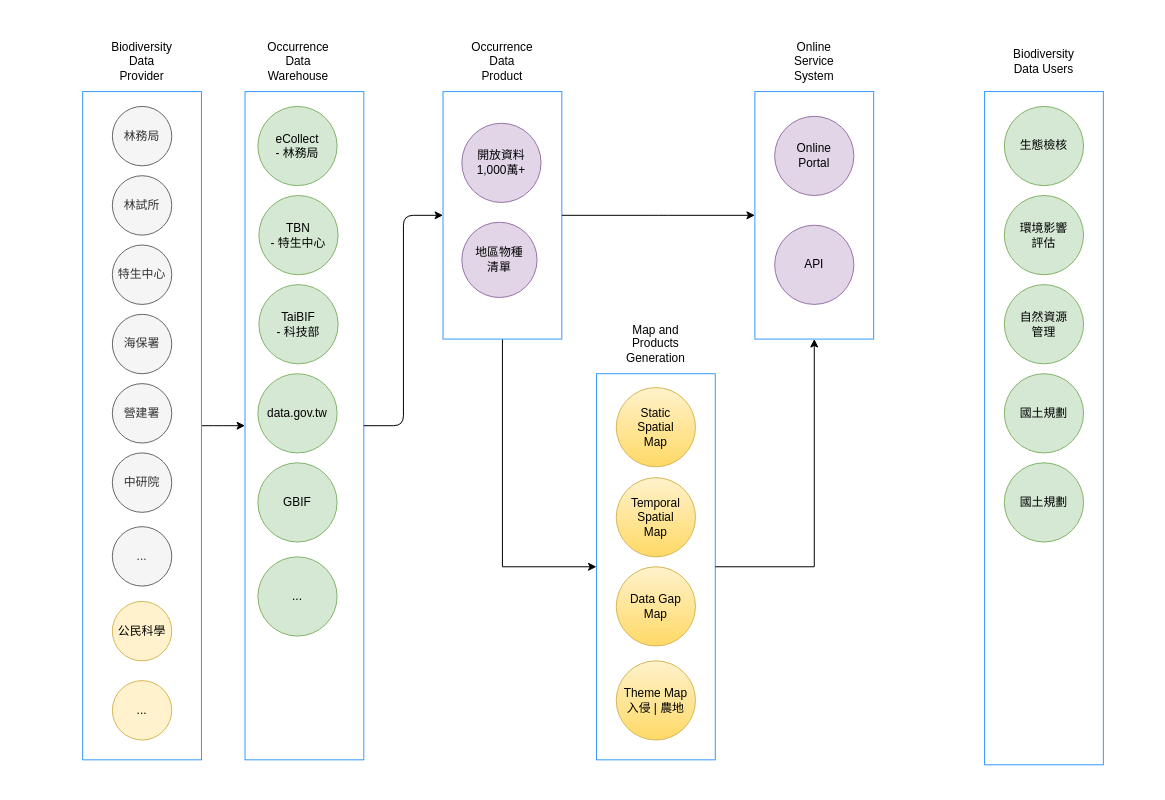
imaptwlife/datasource keeps this draw.io diagram as Untitled Diagram.drawio. Above is the earlier version. Source tidied: cells renumbered, new cells numbered last; positions are measured from the earlier drawing's top-left corner, leaving out a move shared by most shapes. Both pictures are drawn from the tidied source at 99%, with x=0, y=0 at pixel (82, 51).
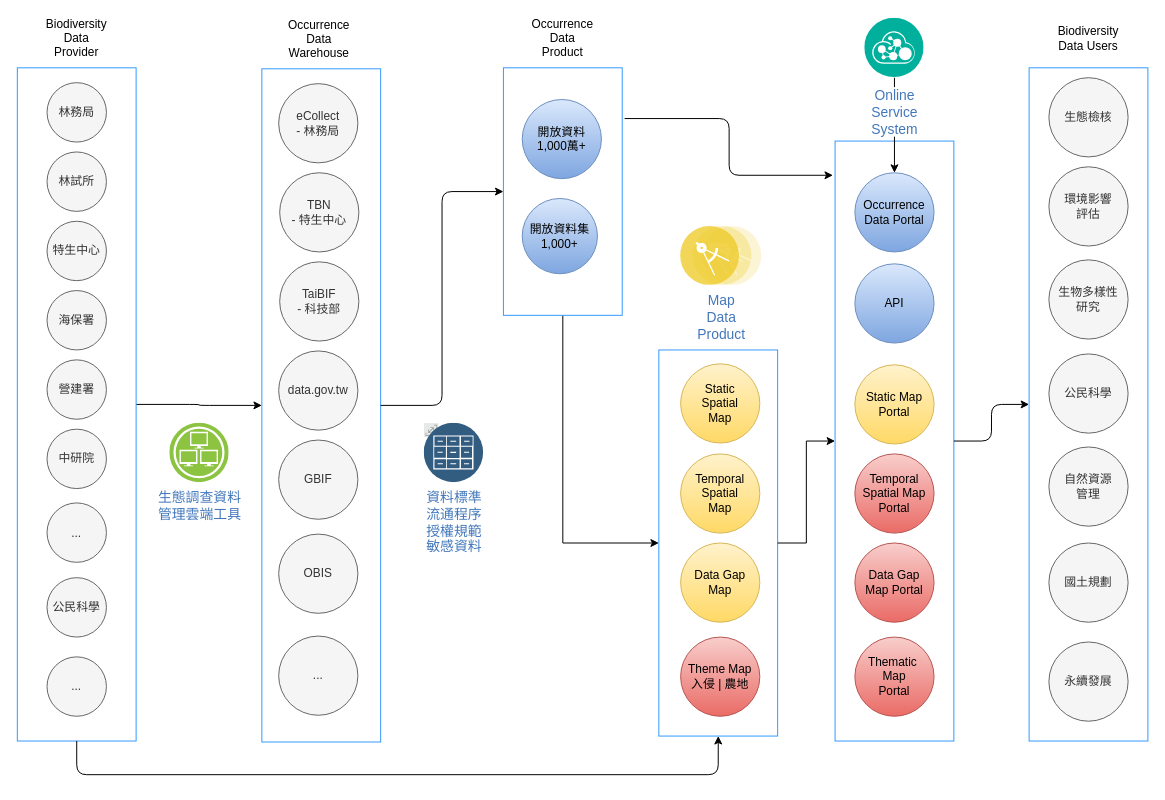
Above is the later version.

What changed in the source:
```diff
@@
+    <mxCell id="48" style="rounded=0;whiteSpace=wrap;html=1;strokeColor=#3399FF;" parent="1" vertex="1">
+      <mxGeometry x="956" y="16" width="120" height="680" as="geometry" />
+    </mxCell>
@@
     <mxCell id="3" style="rounded=0;whiteSpace=wrap;html=1;strokeColor=#3399FF;" parent="1" vertex="1">
-      <mxGeometry x="164" y="40" width="120" height="675" as="geometry" />
+      <mxGeometry x="181" y="17" width="120" height="680" as="geometry" />
     </mxCell>
     <mxCell id="4" value="Occurrence Data Warehouse" style="text;html=1;strokeColor=none;fillColor=none;align=center;verticalAlign=middle;whiteSpace=wrap;rounded=0;" parent="1" vertex="1">
-      <mxGeometry x="198" width="40" height="20" as="geometry" />
+      <mxGeometry x="219" y="-23" width="40" height="20" as="geometry" />
     </mxCell>
-    <mxCell id="5" value="eCollect&lt;br&gt;- 林務局" style="ellipse;whiteSpace=wrap;html=1;fillColor=#d5e8d4;strokeColor=#82b366;" parent="1" vertex="1">
-      <mxGeometry x="177" y="55" width="80" height="80" as="geometry" />
+    <mxCell id="5" value="eCollect&lt;br&gt;- 林務局" style="ellipse;whiteSpace=wrap;html=1;fillColor=#f5f5f5;strokeColor=#666666;fontColor=#333333;" parent="1" vertex="1">
+      <mxGeometry x="198" y="32" width="80" height="80" as="geometry" />
     </mxCell>
-    <mxCell id="6" value="TBN&lt;br&gt;- 特生中心" style="ellipse;whiteSpace=wrap;html=1;fillColor=#d5e8d4;strokeColor=#82b366;" parent="1" vertex="1">
-      <mxGeometry x="178" y="145" width="80" height="80" as="geometry" />
+    <mxCell id="6" value="TBN&lt;br&gt;- 特生中心" style="ellipse;whiteSpace=wrap;html=1;fillColor=#f5f5f5;strokeColor=#666666;fontColor=#333333;" parent="1" vertex="1">
+      <mxGeometry x="199" y="122" width="80" height="80" as="geometry" />
     </mxCell>
-    <mxCell id="7" value="data.gov.tw" style="ellipse;whiteSpace=wrap;html=1;fillColor=#d5e8d4;strokeColor=#82b366;" parent="1" vertex="1">
-      <mxGeometry x="177" y="325" width="80" height="80" as="geometry" />
+    <mxCell id="7" value="data.gov.tw" style="ellipse;whiteSpace=wrap;html=1;fillColor=#f5f5f5;strokeColor=#666666;fontColor=#333333;" parent="1" vertex="1">
+      <mxGeometry x="198" y="302" width="80" height="80" as="geometry" />
     </mxCell>
-    <mxCell id="8" value="TaiBIF&lt;br&gt;- 科技部" style="ellipse;whiteSpace=wrap;html=1;fillColor=#d5e8d4;strokeColor=#82b366;" parent="1" vertex="1">
-      <mxGeometry x="178" y="235" width="80" height="80" as="geometry" />
+    <mxCell id="8" value="TaiBIF&lt;br&gt;- 科技部" style="ellipse;whiteSpace=wrap;html=1;fillColor=#f5f5f5;strokeColor=#666666;fontColor=#333333;" parent="1" vertex="1">
+      <mxGeometry x="199" y="212" width="80" height="80" as="geometry" />
     </mxCell>
-    <mxCell id="9" value="GBIF" style="ellipse;whiteSpace=wrap;html=1;fillColor=#d5e8d4;strokeColor=#82b366;" parent="1" vertex="1">
-      <mxGeometry x="177" y="415" width="80" height="80" as="geometry" />
+    <mxCell id="9" value="GBIF" style="ellipse;whiteSpace=wrap;html=1;fillColor=#f5f5f5;strokeColor=#666666;fontColor=#333333;" parent="1" vertex="1">
+      <mxGeometry x="198" y="392" width="80" height="80" as="geometry" />
     </mxCell>
-    <mxCell id="10" value="..." style="ellipse;whiteSpace=wrap;html=1;fillColor=#d5e8d4;strokeColor=#82b366;" parent="1" vertex="1">
-      <mxGeometry x="177" y="510" width="80" height="80" as="geometry" />
+    <mxCell id="10" value="OBIS" style="ellipse;whiteSpace=wrap;html=1;fillColor=#f5f5f5;strokeColor=#666666;fontColor=#333333;" parent="1" vertex="1">
+      <mxGeometry x="198" y="487" width="80" height="80" as="geometry" />
     </mxCell>
     <mxCell id="11" style="group;" parent="1" vertex="1">
-      <mxGeometry x="534" y="285" width="120" height="430" as="geometry" />
+      <mxGeometry x="599" y="261" width="120" height="430" as="geometry" />
     </mxCell>
     <mxCell id="12" style="rounded=0;whiteSpace=wrap;html=1;strokeColor=#3399FF;" parent="11" vertex="1">
-      <mxGeometry x="-15" y="40" width="120" height="390" as="geometry" />
+      <mxGeometry x="-17" y="40" width="120" height="390" as="geometry" />
     </mxCell>
-    <mxCell id="13" value="Map and Products&lt;br&gt;Generation" style="text;html=1;strokeColor=none;fillColor=none;align=center;verticalAlign=middle;whiteSpace=wrap;rounded=0;" parent="11" vertex="1">
-      <mxGeometry x="25" width="40" height="20" as="geometry" />
-    </mxCell>
@@
-    <mxCell id="15" value="Theme Map&lt;br&gt;入侵 | 農地" style="ellipse;whiteSpace=wrap;html=1;fillColor=#fff2cc;strokeColor=#d6b656;gradientColor=#ffd966;" parent="11" vertex="1">
+    <mxCell id="15" value="Theme Map&lt;br&gt;入侵 | 農地" style="ellipse;whiteSpace=wrap;html=1;fillColor=#f8cecc;strokeColor=#b85450;gradientColor=#ea6b66;" parent="11" vertex="1">
       <mxGeometry x="5" y="330" width="80" height="80" as="geometry" />
     </mxCell>
@@
     <mxCell id="18" style="rounded=0;whiteSpace=wrap;html=1;strokeColor=#3399FF;" parent="1" vertex="1">
-      <mxGeometry y="40" width="120" height="675" as="geometry" />
+      <mxGeometry x="-66" y="16" width="120" height="680" as="geometry" />
     </mxCell>
     <mxCell id="19" value="Biodiversity Data Provider" style="text;html=1;strokeColor=none;fillColor=none;align=center;verticalAlign=middle;whiteSpace=wrap;rounded=0;" parent="1" vertex="1">
-      <mxGeometry x="40" width="40" height="20" as="geometry" />
+      <mxGeometry x="-26" y="-24" width="40" height="20" as="geometry" />
     </mxCell>
     <mxCell id="20" value="林務局" style="ellipse;whiteSpace=wrap;html=1;fillColor=#f5f5f5;strokeColor=#666666;fontColor=#333333;" parent="1" vertex="1">
-      <mxGeometry x="30" y="55" width="60" height="60" as="geometry" />
+      <mxGeometry x="-36" y="31" width="60" height="60" as="geometry" />
     </mxCell>
     <mxCell id="21" value="林試所" style="ellipse;whiteSpace=wrap;html=1;fillColor=#f5f5f5;strokeColor=#666666;fontColor=#333333;" parent="1" vertex="1">
-      <mxGeometry x="30" y="125" width="60" height="60" as="geometry" />
+      <mxGeometry x="-36" y="101" width="60" height="60" as="geometry" />
     </mxCell>
     <mxCell id="22" value="特生中心" style="ellipse;whiteSpace=wrap;html=1;fillColor=#f5f5f5;strokeColor=#666666;fontColor=#333333;" parent="1" vertex="1">
-      <mxGeometry x="30" y="195" width="60" height="60" as="geometry" />
+      <mxGeometry x="-36" y="171" width="60" height="60" as="geometry" />
     </mxCell>
     <mxCell id="23" value="海保署" style="ellipse;whiteSpace=wrap;html=1;fillColor=#f5f5f5;strokeColor=#666666;fontColor=#333333;" parent="1" vertex="1">
-      <mxGeometry x="30" y="265" width="60" height="60" as="geometry" />
+      <mxGeometry x="-36" y="241" width="60" height="60" as="geometry" />
     </mxCell>
     <mxCell id="24" value="營建署" style="ellipse;whiteSpace=wrap;html=1;fillColor=#f5f5f5;strokeColor=#666666;fontColor=#333333;" parent="1" vertex="1">
-      <mxGeometry x="30" y="335" width="60" height="60" as="geometry" />
+      <mxGeometry x="-36" y="311" width="60" height="60" as="geometry" />
     </mxCell>
     <mxCell id="25" value="中研院" style="ellipse;whiteSpace=wrap;html=1;fillColor=#f5f5f5;strokeColor=#666666;fontColor=#333333;" parent="1" vertex="1">
-      <mxGeometry x="30" y="405" width="60" height="60" as="geometry" />
+      <mxGeometry x="-36" y="381" width="60" height="60" as="geometry" />
     </mxCell>
     <mxCell id="26" value="..." style="ellipse;whiteSpace=wrap;html=1;fillColor=#f5f5f5;strokeColor=#666666;fontColor=#333333;" parent="1" vertex="1">
-      <mxGeometry x="30" y="479.5" width="60" height="60" as="geometry" />
+      <mxGeometry x="-36" y="455.5" width="60" height="60" as="geometry" />
     </mxCell>
-    <mxCell id="27" value="公民科學" style="ellipse;whiteSpace=wrap;html=1;fillColor=#fff2cc;strokeColor=#d6b656;" parent="1" vertex="1">
-      <mxGeometry x="30" y="555" width="60" height="60" as="geometry" />
+    <mxCell id="27" value="公民科學" style="ellipse;whiteSpace=wrap;html=1;fillColor=#f5f5f5;strokeColor=#666666;fontColor=#333333;" parent="1" vertex="1">
+      <mxGeometry x="-36" y="531" width="60" height="60" as="geometry" />
     </mxCell>
-    <mxCell id="28" value="..." style="ellipse;whiteSpace=wrap;html=1;fillColor=#fff2cc;strokeColor=#d6b656;" parent="1" vertex="1">
-      <mxGeometry x="30" y="635" width="60" height="60" as="geometry" />
+    <mxCell id="28" value="..." style="ellipse;whiteSpace=wrap;html=1;fillColor=#f5f5f5;strokeColor=#666666;fontColor=#333333;" parent="1" vertex="1">
+      <mxGeometry x="-36" y="611" width="60" height="60" as="geometry" />
     </mxCell>
@@
     <mxCell id="30" style="rounded=0;whiteSpace=wrap;html=1;strokeColor=#3399FF;" parent="1" vertex="1">
-      <mxGeometry x="364" y="40" width="120" height="250" as="geometry" />
+      <mxGeometry x="425" y="16" width="120" height="250" as="geometry" />
     </mxCell>
     <mxCell id="31" value="Occurrence Data Product" style="text;html=1;strokeColor=none;fillColor=none;align=center;verticalAlign=middle;whiteSpace=wrap;rounded=0;" parent="1" vertex="1">
-      <mxGeometry x="404" width="40" height="20" as="geometry" />
+      <mxGeometry x="465" y="-24" width="40" height="20" as="geometry" />
     </mxCell>
-    <mxCell id="32" style="rounded=0;whiteSpace=wrap;html=1;strokeColor=#3399FF;" parent="1" vertex="1">
-      <mxGeometry x="679" y="40" width="120" height="250" as="geometry" />
+    <mxCell id="32" style="rounded=0;whiteSpace=wrap;html=1;strokeColor=#3399FF;fillColor=#FFFFFF;" parent="1" vertex="1">
+      <mxGeometry x="760" y="90" width="120" height="606" as="geometry" />
     </mxCell>
-    <mxCell id="33" value="Online Service System" style="text;html=1;strokeColor=none;fillColor=none;align=center;verticalAlign=middle;whiteSpace=wrap;rounded=0;" parent="1" vertex="1">
-      <mxGeometry x="719" width="40" height="20" as="geometry" />
-    </mxCell>
-    <mxCell id="34" style="rounded=0;whiteSpace=wrap;html=1;strokeColor=#3399FF;" parent="1" vertex="1">
-      <mxGeometry x="911" y="40" width="120" height="680" as="geometry" />
-    </mxCell>
     <mxCell id="35" value="Biodiversity Data Users" style="text;html=1;strokeColor=none;fillColor=none;align=center;verticalAlign=middle;whiteSpace=wrap;rounded=0;" parent="1" vertex="1">
-      <mxGeometry x="951" width="40" height="20" as="geometry" />
+      <mxGeometry x="996" y="-24" width="40" height="20" as="geometry" />
     </mxCell>
-    <mxCell id="36" value="開放資料&lt;br&gt;1,000萬+" style="ellipse;whiteSpace=wrap;html=1;fillColor=#e1d5e7;strokeColor=#9673a6;" parent="1" vertex="1">
-      <mxGeometry x="383" y="72" width="80" height="80" as="geometry" />
+    <mxCell id="36" value="開放資料&lt;br&gt;1,000萬+" style="ellipse;whiteSpace=wrap;html=1;fillColor=#dae8fc;strokeColor=#6c8ebf;gradientColor=#7ea6e0;" parent="1" vertex="1">
+      <mxGeometry x="444" y="48" width="80" height="80" as="geometry" />
     </mxCell>
-    <mxCell id="37" value="地區物種&lt;br&gt;清單" style="ellipse;whiteSpace=wrap;html=1;fillColor=#e1d5e7;strokeColor=#9673a6;" parent="1" vertex="1">
-      <mxGeometry x="383" y="172" width="76" height="76" as="geometry" />
+    <mxCell id="37" value="開放資料集&lt;br&gt;1,000+" style="ellipse;whiteSpace=wrap;html=1;fillColor=#dae8fc;strokeColor=#6c8ebf;gradientColor=#7ea6e0;" parent="1" vertex="1">
+      <mxGeometry x="444" y="148" width="76" height="76" as="geometry" />
     </mxCell>
@@
-    <mxCell id="39" value="Online &lt;br&gt;Portal" style="ellipse;whiteSpace=wrap;html=1;fillColor=#e1d5e7;strokeColor=#9673a6;" parent="1" vertex="1">
-      <mxGeometry x="699" y="65" width="80" height="80" as="geometry" />
+    <mxCell id="39" value="Occurrence Data Portal" style="ellipse;whiteSpace=wrap;html=1;fillColor=#dae8fc;strokeColor=#6c8ebf;gradientColor=#7ea6e0;" parent="1" vertex="1">
+      <mxGeometry x="780" y="122" width="80" height="80" as="geometry" />
     </mxCell>
-    <mxCell id="40" value="API" style="ellipse;whiteSpace=wrap;html=1;fillColor=#e1d5e7;strokeColor=#9673a6;" parent="1" vertex="1">
-      <mxGeometry x="699" y="175" width="80" height="80" as="geometry" />
-    </mxCell>
-    <mxCell id="41" style="edgeStyle=elbowEdgeStyle;elbow=horizontal;endArrow=classic;html=1;entryX=0;entryY=0.5;entryDx=0;entryDy=0;exitX=1;exitY=0.5;exitDx=0;exitDy=0;" parent="1" edge="1" source="30" target="32">
+    <mxCell id="41" style="edgeStyle=elbowEdgeStyle;elbow=horizontal;endArrow=classic;html=1;entryX=-0.018;entryY=0.057;entryDx=0;entryDy=0;exitX=1.02;exitY=0.205;exitDx=0;exitDy=0;entryPerimeter=0;exitPerimeter=0;" parent="1" edge="1" source="30" target="32">
       <mxGeometry relative="1" as="geometry" />
     </mxCell>
-    <mxCell id="42" style="edgeStyle=orthogonalEdgeStyle;rounded=0;jettySize=auto;html=1;exitX=1;exitY=0.5;exitDx=0;exitDy=0;" parent="1" edge="1" source="12" target="32">
-      <mxGeometry relative="1" as="geometry" />
-    </mxCell>
-    <mxCell id="43" value="生態檢核" style="ellipse;whiteSpace=wrap;html=1;fillColor=#d5e8d4;strokeColor=#82b366;" parent="1" vertex="1">
-      <mxGeometry x="931" y="55" width="80" height="80" as="geometry" />
+    <mxCell id="43" value="生態檢核" style="ellipse;whiteSpace=wrap;html=1;fillColor=#f5f5f5;strokeColor=#666666;fontColor=#333333;" parent="1" vertex="1">
+      <mxGeometry x="976" y="26" width="80" height="80" as="geometry" />
     </mxCell>
-    <mxCell id="44" value="環境影響&lt;br&gt;評估" style="ellipse;whiteSpace=wrap;html=1;fillColor=#d5e8d4;strokeColor=#82b366;" parent="1" vertex="1">
-      <mxGeometry x="931" y="145" width="80" height="80" as="geometry" />
+    <mxCell id="44" value="環境影響&lt;br&gt;評估" style="ellipse;whiteSpace=wrap;html=1;fillColor=#f5f5f5;strokeColor=#666666;fontColor=#333333;" parent="1" vertex="1">
+      <mxGeometry x="976" y="116" width="80" height="80" as="geometry" />
     </mxCell>
-    <mxCell id="45" value="自然資源&lt;br&gt;管理" style="ellipse;whiteSpace=wrap;html=1;fillColor=#d5e8d4;strokeColor=#82b366;" parent="1" vertex="1">
-      <mxGeometry x="931" y="235" width="80" height="80" as="geometry" />
+    <mxCell id="45" value="自然資源&lt;br&gt;管理" style="ellipse;whiteSpace=wrap;html=1;fillColor=#f5f5f5;strokeColor=#666666;fontColor=#333333;" parent="1" vertex="1">
+      <mxGeometry x="976" y="399" width="80" height="80" as="geometry" />
     </mxCell>
-    <mxCell id="46" value="國土規劃" style="ellipse;whiteSpace=wrap;html=1;fillColor=#d5e8d4;strokeColor=#82b366;" parent="1" vertex="1">
-      <mxGeometry x="931" y="325" width="80" height="80" as="geometry" />
+    <mxCell id="46" value="國土規劃" style="ellipse;whiteSpace=wrap;html=1;fillColor=#f5f5f5;strokeColor=#666666;fontColor=#333333;" parent="1" vertex="1">
+      <mxGeometry x="976" y="496" width="80" height="80" as="geometry" />
     </mxCell>
-    <mxCell id="47" value="國土規劃" style="ellipse;whiteSpace=wrap;html=1;fillColor=#d5e8d4;strokeColor=#82b366;" parent="1" vertex="1">
-      <mxGeometry x="931" y="415" width="80" height="80" as="geometry" />
+    <mxCell id="47" value="永續發展" style="ellipse;whiteSpace=wrap;html=1;fillColor=#f5f5f5;strokeColor=#666666;fontColor=#333333;" parent="1" vertex="1">
+      <mxGeometry x="976" y="596" width="80" height="80" as="geometry" />
     </mxCell>
+    <mxCell id="40" value="API" style="ellipse;whiteSpace=wrap;html=1;fillColor=#dae8fc;strokeColor=#6c8ebf;gradientColor=#7ea6e0;" parent="1" vertex="1">
+      <mxGeometry x="780" y="214" width="80" height="80" as="geometry" />
+    </mxCell>
+    <mxCell id="49" style="edgeStyle=elbowEdgeStyle;elbow=horizontal;endArrow=classic;html=1;entryX=0;entryY=0.5;entryDx=0;entryDy=0;exitX=1;exitY=0.5;exitDx=0;exitDy=0;" parent="1" edge="1" source="32" target="48">
+      <mxGeometry relative="1" as="geometry" />
+    </mxCell>
+    <mxCell id="50" value="Static Map Portal" style="ellipse;whiteSpace=wrap;html=1;fillColor=#fff2cc;strokeColor=#d6b656;gradientColor=#ffd966;" parent="1" vertex="1">
+      <mxGeometry x="780" y="316" width="80" height="80" as="geometry" />
+    </mxCell>
+    <mxCell id="51" value="Thematic&amp;nbsp; Map &lt;br&gt;Portal" style="ellipse;whiteSpace=wrap;html=1;fillColor=#f8cecc;strokeColor=#b85450;gradientColor=#ea6b66;" parent="1" vertex="1">
+      <mxGeometry x="780" y="591" width="80" height="80" as="geometry" />
+    </mxCell>
+    <mxCell id="42" style="edgeStyle=orthogonalEdgeStyle;rounded=0;jettySize=auto;html=1;exitX=1;exitY=0.5;exitDx=0;exitDy=0;entryX=0;entryY=0.5;entryDx=0;entryDy=0;" parent="1" edge="1" source="12" target="32">
+      <mxGeometry relative="1" as="geometry" />
+    </mxCell>
+    <mxCell id="52" value="Temporal Spatial Map Portal" style="ellipse;whiteSpace=wrap;html=1;fillColor=#f8cecc;strokeColor=#b85450;gradientColor=#ea6b66;" parent="1" vertex="1">
+      <mxGeometry x="780" y="406" width="80" height="80" as="geometry" />
+    </mxCell>
+    <mxCell id="53" value="Data Gap Map Portal" style="ellipse;whiteSpace=wrap;html=1;fillColor=#f8cecc;strokeColor=#b85450;gradientColor=#ea6b66;" parent="1" vertex="1">
+      <mxGeometry x="780" y="496" width="80" height="80" as="geometry" />
+    </mxCell>
+    <mxCell id="54" value="公民科學" style="ellipse;whiteSpace=wrap;html=1;fillColor=#f5f5f5;strokeColor=#666666;fontColor=#333333;" parent="1" vertex="1">
+      <mxGeometry x="976" y="305" width="80" height="80" as="geometry" />
+    </mxCell>
+    <mxCell id="55" value="生物多樣性&lt;br&gt;研究" style="ellipse;whiteSpace=wrap;html=1;fillColor=#f5f5f5;strokeColor=#666666;fontColor=#333333;" parent="1" vertex="1">
+      <mxGeometry x="976" y="210" width="80" height="80" as="geometry" />
+    </mxCell>
+    <mxCell id="56" style="edgeStyle=elbowEdgeStyle;elbow=horizontal;endArrow=classic;html=1;entryX=0.5;entryY=1;entryDx=0;entryDy=0;exitX=0.5;exitY=1;exitDx=0;exitDy=0;" parent="1" edge="1" source="18" target="12">
+      <mxGeometry relative="1" as="geometry">
+        <Array as="points">
+          <mxPoint x="310" y="730" />
+        </Array>
+      </mxGeometry>
+    </mxCell>
+    <mxCell id="57" value="..." style="ellipse;whiteSpace=wrap;html=1;fillColor=#f5f5f5;strokeColor=#666666;fontColor=#333333;" parent="1" vertex="1">
+      <mxGeometry x="198" y="590" width="80" height="80" as="geometry" />
+    </mxCell>
+    <mxCell id="58" value="&lt;span style=&quot;text-indent: -0.38in&quot;&gt;生態調查資料&lt;/span&gt;&lt;br&gt;&lt;div class=&quot;O0&quot; style=&quot;margin-top: 0pt ; margin-bottom: 0pt ; margin-left: 0.38in ; text-indent: -0.38in&quot;&gt;&lt;span&gt;管理雲端工具&lt;/span&gt;&lt;/div&gt;" style="perimeter=ellipsePerimeter;html=1;align=center;shadow=0;dashed=0;image;image=img/lib/ibm/infrastructure/infrastructure_services.svg;rounded=1;labelBackgroundColor=#ffffff;strokeColor=#666666;strokeWidth=3;fillColor=#C2952D;gradientColor=none;fontSize=14;fontColor=#4277BB;" parent="1" vertex="1">
+      <mxGeometry x="88" y="375" width="60" height="60" as="geometry" />
+    </mxCell>
+    <mxCell id="59" style="group;fontSize=14;fontColor=#4277BB;labelBackgroundColor=#ffffff;" parent="1" vertex="1">
+      <mxGeometry x="345" y="375" width="60" height="60" as="geometry" />
+    </mxCell>
+    <mxCell id="60" style="perimeter=ellipsePerimeter;html=1;align=center;shadow=0;dashed=0;image;image=img/lib/ibm/miscellaneous/scalable.svg;rounded=1;labelBackgroundColor=none;strokeColor=#666666;strokeWidth=3;fillColor=#C2952D;gradientColor=none;fontSize=14;fontColor=#4277BB;" parent="59" vertex="1">
+      <mxGeometry width="15" height="15" as="geometry" />
+    </mxCell>
+    <mxCell id="61" value="資料標準&lt;br&gt;流通程序&lt;br&gt;授權規範&lt;br&gt;敏感資料" style="perimeter=ellipsePerimeter;html=1;align=center;shadow=0;dashed=0;image;image=img/lib/ibm/data/file_repository.svg;rounded=1;labelBackgroundColor=none;strokeColor=#666666;strokeWidth=3;fillColor=#C2952D;gradientColor=none;fontSize=14;fontColor=#4277BB;" parent="59" vertex="1">
+      <mxGeometry width="60" height="60" as="geometry" />
+    </mxCell>
+    <mxCell id="62" style="edgeStyle=orthogonalEdgeStyle;rounded=0;jettySize=auto;html=1;" parent="1" edge="1" source="33" target="39">
+      <mxGeometry relative="1" as="geometry" />
+    </mxCell>
+    <mxCell id="33" value="Online &lt;br&gt;Service &lt;br&gt;System" style="perimeter=ellipsePerimeter;html=1;align=center;shadow=0;dashed=0;image;image=img/lib/ibm/management/api_management.svg;rounded=1;labelBackgroundColor=#ffffff;strokeColor=#666666;strokeWidth=3;fillColor=#C2952D;gradientColor=none;fontSize=14;fontColor=#4277BB;spacingTop=3;" parent="1" vertex="1">
+      <mxGeometry x="790" y="-34" width="60" height="60" as="geometry" />
+    </mxCell>
+    <mxCell id="63" value="&lt;font style=&quot;font-size: 14px&quot;&gt;Map &lt;br&gt;Data &lt;br&gt;Product&lt;/font&gt;" style="perimeter=ellipsePerimeter;html=1;align=center;shadow=0;dashed=0;image;image=img/lib/ibm/applications/microservice.svg;labelBackgroundColor=#ffffff;strokeColor=#666666;strokeWidth=3;fillColor=#C2952D;gradientColor=none;fontSize=12;fontColor=#4277BB;" parent="1" vertex="1">
+      <mxGeometry x="604" y="176" width="82" height="60" as="geometry" />
+    </mxCell>
```
